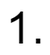
Earlier version of the draw.io export MBS SK Carta Alir.drawio.png (KhawZhenXuan/MBS-ASK). Source tidied: cells renumbered, new cells last; positions are measured from the earlier drawing's top-left corner, leaving out a move shared by most shapes.
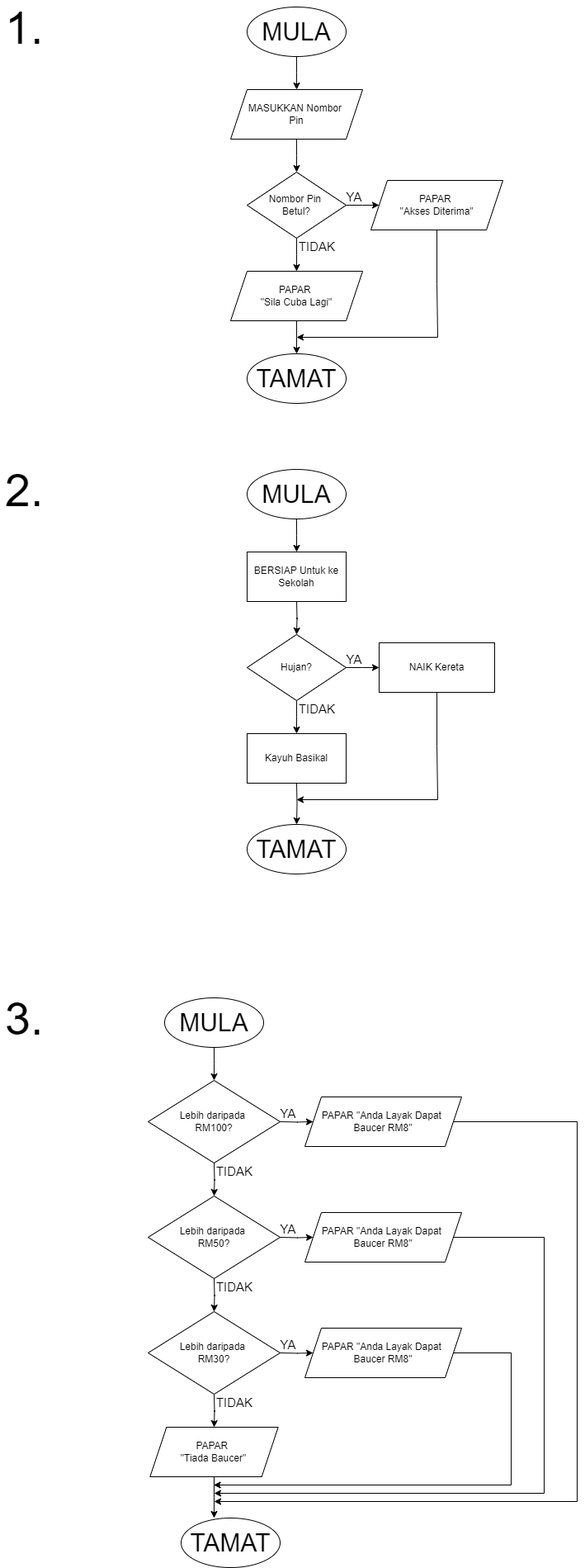
Later version of the same file.

Diff of the diagram source:
```diff
@@ -5,5 +5,248 @@
     <mxCell id="2" value="1." style="text;html=1;align=center;verticalAlign=middle;whiteSpace=wrap;rounded=0;fontSize=56;" parent="1" vertex="1">
       <mxGeometry width="60" height="50" as="geometry" />
     </mxCell>
+    <mxCell id="3" style="edgeStyle=orthogonalEdgeStyle;rounded=0;jettySize=auto;html=1;" parent="1" edge="1" source="4">
+      <mxGeometry relative="1" as="geometry">
+        <mxPoint x="360" y="100" as="targetPoint" />
+      </mxGeometry>
+    </mxCell>
+    <mxCell id="4" value="MULA" style="ellipse;whiteSpace=wrap;html=1;fontSize=30;" parent="1" vertex="1">
+      <mxGeometry x="300" width="120" height="60" as="geometry" />
+    </mxCell>
+    <mxCell id="5" style="edgeStyle=orthogonalEdgeStyle;rounded=0;jettySize=auto;html=1;" parent="1" edge="1" source="6">
+      <mxGeometry relative="1" as="geometry">
+        <mxPoint x="360" y="200" as="targetPoint" />
+      </mxGeometry>
+    </mxCell>
+    <mxCell id="6" value="MASUKKAN Nombor&amp;nbsp;&lt;div&gt;Pin&lt;/div&gt;" style="shape=parallelogram;perimeter=parallelogramPerimeter;whiteSpace=wrap;html=1;fixedSize=1;" parent="1" vertex="1">
+      <mxGeometry x="280" y="100" width="160" height="60" as="geometry" />
+    </mxCell>
+    <mxCell id="7" style="edgeStyle=orthogonalEdgeStyle;rounded=0;jettySize=auto;html=1;" parent="1" edge="1" source="9">
+      <mxGeometry relative="1" as="geometry">
+        <mxPoint x="460" y="240" as="targetPoint" />
+      </mxGeometry>
+    </mxCell>
+    <mxCell id="8" style="edgeStyle=orthogonalEdgeStyle;rounded=0;jettySize=auto;html=1;" parent="1" edge="1" source="9">
+      <mxGeometry relative="1" as="geometry">
+        <mxPoint x="360" y="320" as="targetPoint" />
+      </mxGeometry>
+    </mxCell>
+    <mxCell id="9" value="Nombor Pin&amp;nbsp;&lt;div&gt;Betul?&lt;/div&gt;" style="rhombus;whiteSpace=wrap;html=1;" parent="1" vertex="1">
+      <mxGeometry x="300" y="200" width="120" height="80" as="geometry" />
+    </mxCell>
+    <mxCell id="10" value="YA" style="text;html=1;align=center;verticalAlign=middle;whiteSpace=wrap;rounded=0;fontSize=15;" parent="1" vertex="1">
+      <mxGeometry x="400" y="220" width="60" height="20" as="geometry" />
+    </mxCell>
+    <mxCell id="11" value="TIDAK" style="text;html=1;align=center;verticalAlign=middle;whiteSpace=wrap;rounded=0;fontSize=15;" parent="1" vertex="1">
+      <mxGeometry x="360" y="280" width="50" height="20" as="geometry" />
+    </mxCell>
+    <mxCell id="12" style="edgeStyle=orthogonalEdgeStyle;rounded=0;jettySize=auto;html=1;" parent="1" edge="1" source="13">
+      <mxGeometry relative="1" as="geometry">
+        <mxPoint x="360" y="400" as="targetPoint" />
+        <Array as="points">
+          <mxPoint x="530" y="335" />
+          <mxPoint x="531" y="335" />
+          <mxPoint x="531" y="400" />
+        </Array>
+      </mxGeometry>
+    </mxCell>
+    <mxCell id="13" value="PAPAR&amp;nbsp;&lt;div&gt;&quot;Akses Diterima&quot;&lt;/div&gt;" style="shape=parallelogram;perimeter=parallelogramPerimeter;whiteSpace=wrap;html=1;fixedSize=1;" parent="1" vertex="1">
+      <mxGeometry x="450" y="210" width="160" height="60" as="geometry" />
+    </mxCell>
+    <mxCell id="14" style="edgeStyle=orthogonalEdgeStyle;rounded=0;jettySize=auto;html=1;" parent="1" edge="1" source="15">
+      <mxGeometry relative="1" as="geometry">
+        <mxPoint x="360" y="420" as="targetPoint" />
+      </mxGeometry>
+    </mxCell>
+    <mxCell id="15" value="PAPAR&amp;nbsp;&lt;div&gt;&quot;Sila Cuba Lagi&quot;&lt;/div&gt;" style="shape=parallelogram;perimeter=parallelogramPerimeter;whiteSpace=wrap;html=1;fixedSize=1;" parent="1" vertex="1">
+      <mxGeometry x="280" y="320" width="160" height="60" as="geometry" />
+    </mxCell>
+    <mxCell id="16" value="TAMAT" style="ellipse;whiteSpace=wrap;html=1;fontSize=30;" parent="1" vertex="1">
+      <mxGeometry x="300" y="420" width="120" height="60" as="geometry" />
+    </mxCell>
+    <mxCell id="17" value="2." style="text;html=1;align=center;verticalAlign=middle;whiteSpace=wrap;rounded=0;fontSize=56;" parent="1" vertex="1">
+      <mxGeometry y="560" width="60" height="50" as="geometry" />
+    </mxCell>
+    <mxCell id="18" style="edgeStyle=orthogonalEdgeStyle;rounded=0;jettySize=auto;html=1;" parent="1" edge="1" source="19">
+      <mxGeometry relative="1" as="geometry">
+        <mxPoint x="360" y="660" as="targetPoint" />
+      </mxGeometry>
+    </mxCell>
+    <mxCell id="19" value="MULA" style="ellipse;whiteSpace=wrap;html=1;fontSize=30;" parent="1" vertex="1">
+      <mxGeometry x="300" y="560" width="120" height="60" as="geometry" />
+    </mxCell>
+    <mxCell id="20" style="edgeStyle=orthogonalEdgeStyle;rounded=0;orthogonalLoop=1;jettySize=auto;html=1;" parent="1" edge="1">
+      <mxGeometry relative="1" as="geometry">
+        <mxPoint x="360" y="720" as="sourcePoint" />
+        <mxPoint x="360" y="760" as="targetPoint" />
+      </mxGeometry>
+    </mxCell>
+    <mxCell id="21" style="edgeStyle=orthogonalEdgeStyle;rounded=0;jettySize=auto;html=1;" parent="1" edge="1" source="23">
+      <mxGeometry relative="1" as="geometry">
+        <mxPoint x="460" y="800" as="targetPoint" />
+      </mxGeometry>
+    </mxCell>
+    <mxCell id="22" style="edgeStyle=orthogonalEdgeStyle;rounded=0;jettySize=auto;html=1;" parent="1" edge="1" source="23">
+      <mxGeometry relative="1" as="geometry">
+        <mxPoint x="360" y="880" as="targetPoint" />
+      </mxGeometry>
+    </mxCell>
+    <mxCell id="23" value="Hujan?" style="rhombus;whiteSpace=wrap;html=1;" parent="1" vertex="1">
+      <mxGeometry x="300" y="760" width="120" height="80" as="geometry" />
+    </mxCell>
+    <mxCell id="24" value="YA" style="text;html=1;align=center;verticalAlign=middle;whiteSpace=wrap;rounded=0;fontSize=15;" parent="1" vertex="1">
+      <mxGeometry x="400" y="780" width="60" height="20" as="geometry" />
+    </mxCell>
+    <mxCell id="25" value="TIDAK" style="text;html=1;align=center;verticalAlign=middle;whiteSpace=wrap;rounded=0;fontSize=15;" parent="1" vertex="1">
+      <mxGeometry x="360" y="840" width="50" height="20" as="geometry" />
+    </mxCell>
+    <mxCell id="26" style="edgeStyle=orthogonalEdgeStyle;rounded=0;orthogonalLoop=1;jettySize=auto;html=1;" parent="1" edge="1">
+      <mxGeometry relative="1" as="geometry">
+        <mxPoint x="530" y="830" as="sourcePoint" />
+        <mxPoint x="360" y="960" as="targetPoint" />
+        <Array as="points">
+          <mxPoint x="530" y="895" />
+          <mxPoint x="531" y="895" />
+          <mxPoint x="531" y="960" />
+        </Array>
+      </mxGeometry>
+    </mxCell>
+    <mxCell id="27" style="edgeStyle=orthogonalEdgeStyle;rounded=0;jettySize=auto;html=1;entryX=0.5;entryY=0;entryDx=0;entryDy=0;" parent="1" edge="1" target="28">
+      <mxGeometry relative="1" as="geometry">
+        <mxPoint x="360" y="940" as="sourcePoint" />
+      </mxGeometry>
+    </mxCell>
+    <mxCell id="28" value="TAMAT" style="ellipse;whiteSpace=wrap;html=1;fontSize=30;" parent="1" vertex="1">
+      <mxGeometry x="300" y="990" width="120" height="60" as="geometry" />
+    </mxCell>
+    <mxCell id="29" value="BERSIAP Untuk ke Sekolah" style="rounded=0;whiteSpace=wrap;html=1;" parent="1" vertex="1">
+      <mxGeometry x="300" y="660" width="120" height="60" as="geometry" />
+    </mxCell>
+    <mxCell id="30" value="NAIK Kereta" style="rounded=0;whiteSpace=wrap;html=1;" parent="1" vertex="1">
+      <mxGeometry x="460" y="770" width="140" height="60" as="geometry" />
+    </mxCell>
+    <mxCell id="31" value="Kayuh Basikal" style="rounded=0;whiteSpace=wrap;html=1;" parent="1" vertex="1">
+      <mxGeometry x="300" y="880" width="120" height="60" as="geometry" />
+    </mxCell>
+    <mxCell id="32" value="3." style="text;html=1;align=center;verticalAlign=middle;whiteSpace=wrap;rounded=0;fontSize=56;" parent="1" vertex="1">
+      <mxGeometry y="1200" width="60" height="50" as="geometry" />
+    </mxCell>
+    <mxCell id="33" style="edgeStyle=orthogonalEdgeStyle;rounded=0;jettySize=auto;html=1;" parent="1" edge="1" source="34">
+      <mxGeometry relative="1" as="geometry">
+        <mxPoint x="260" y="1300" as="targetPoint" />
+      </mxGeometry>
+    </mxCell>
+    <mxCell id="34" value="MULA" style="ellipse;whiteSpace=wrap;html=1;fontSize=30;" parent="1" vertex="1">
+      <mxGeometry x="200" y="1200" width="120" height="60" as="geometry" />
+    </mxCell>
+    <mxCell id="35" style="edgeStyle=orthogonalEdgeStyle;rounded=0;orthogonalLoop=1;jettySize=auto;html=1;" parent="1" edge="1">
+      <mxGeometry relative="1" as="geometry">
+        <mxPoint x="260" y="1680" as="sourcePoint" />
+        <mxPoint x="260" y="1720" as="targetPoint" />
+      </mxGeometry>
+    </mxCell>
+    <mxCell id="36" value="TIDAK" style="text;html=1;align=center;verticalAlign=middle;whiteSpace=wrap;rounded=0;fontSize=15;" parent="1" vertex="1">
+      <mxGeometry x="260" y="1680" width="50" height="20" as="geometry" />
+    </mxCell>
+    <mxCell id="37" value="TAMAT" style="ellipse;whiteSpace=wrap;html=1;fontSize=30;" parent="1" vertex="1">
+      <mxGeometry x="220" y="1830" width="120" height="60" as="geometry" />
+    </mxCell>
+    <mxCell id="38" value="Lebih daripada&amp;nbsp;&lt;div&gt;RM100?&lt;/div&gt;" style="rhombus;whiteSpace=wrap;html=1;" parent="1" vertex="1">
+      <mxGeometry x="180" y="1300" width="160" height="100" as="geometry" />
+    </mxCell>
+    <mxCell id="39" value="Lebih daripada&amp;nbsp;&lt;div&gt;RM50?&lt;/div&gt;" style="rhombus;whiteSpace=wrap;html=1;" parent="1" vertex="1">
+      <mxGeometry x="180" y="1440" width="160" height="100" as="geometry" />
+    </mxCell>
+    <mxCell id="40" value="Lebih daripada&amp;nbsp;&lt;div&gt;RM30?&lt;/div&gt;" style="rhombus;whiteSpace=wrap;html=1;" parent="1" vertex="1">
+      <mxGeometry x="180" y="1580" width="160" height="100" as="geometry" />
+    </mxCell>
+    <mxCell id="41" style="edgeStyle=orthogonalEdgeStyle;rounded=0;orthogonalLoop=1;jettySize=auto;html=1;" parent="1" edge="1">
+      <mxGeometry relative="1" as="geometry">
+        <mxPoint x="260" y="1540" as="sourcePoint" />
+        <mxPoint x="260" y="1580" as="targetPoint" />
+      </mxGeometry>
+    </mxCell>
+    <mxCell id="42" value="TIDAK" style="text;html=1;align=center;verticalAlign=middle;whiteSpace=wrap;rounded=0;fontSize=15;" parent="1" vertex="1">
+      <mxGeometry x="260" y="1540" width="50" height="20" as="geometry" />
+    </mxCell>
+    <mxCell id="43" style="edgeStyle=orthogonalEdgeStyle;rounded=0;orthogonalLoop=1;jettySize=auto;html=1;" parent="1" edge="1">
+      <mxGeometry relative="1" as="geometry">
+        <mxPoint x="260" y="1400" as="sourcePoint" />
+        <mxPoint x="260" y="1440" as="targetPoint" />
+      </mxGeometry>
+    </mxCell>
+    <mxCell id="44" value="TIDAK" style="text;html=1;align=center;verticalAlign=middle;whiteSpace=wrap;rounded=0;fontSize=15;" parent="1" vertex="1">
+      <mxGeometry x="260" y="1400" width="50" height="20" as="geometry" />
+    </mxCell>
+    <mxCell id="45" style="edgeStyle=orthogonalEdgeStyle;rounded=0;orthogonalLoop=1;jettySize=auto;html=1;" parent="1" edge="1">
+      <mxGeometry relative="1" as="geometry">
+        <mxPoint x="340" y="1350" as="sourcePoint" />
+        <mxPoint x="380" y="1350" as="targetPoint" />
+      </mxGeometry>
+    </mxCell>
+    <mxCell id="46" value="YA" style="text;html=1;align=center;verticalAlign=middle;whiteSpace=wrap;rounded=0;fontSize=15;" parent="1" vertex="1">
+      <mxGeometry x="320" y="1330" width="60" height="20" as="geometry" />
+    </mxCell>
+    <mxCell id="47" style="edgeStyle=orthogonalEdgeStyle;rounded=0;orthogonalLoop=1;jettySize=auto;html=1;" parent="1" edge="1">
+      <mxGeometry relative="1" as="geometry">
+        <mxPoint x="340" y="1630" as="sourcePoint" />
+        <mxPoint x="380" y="1630" as="targetPoint" />
+      </mxGeometry>
+    </mxCell>
+    <mxCell id="48" value="YA" style="text;html=1;align=center;verticalAlign=middle;whiteSpace=wrap;rounded=0;fontSize=15;" parent="1" vertex="1">
+      <mxGeometry x="320" y="1610" width="60" height="20" as="geometry" />
+    </mxCell>
+    <mxCell id="49" style="edgeStyle=orthogonalEdgeStyle;rounded=0;orthogonalLoop=1;jettySize=auto;html=1;" parent="1" edge="1">
+      <mxGeometry relative="1" as="geometry">
+        <mxPoint x="340" y="1490" as="sourcePoint" />
+        <mxPoint x="380" y="1490" as="targetPoint" />
+      </mxGeometry>
+    </mxCell>
+    <mxCell id="50" value="YA" style="text;html=1;align=center;verticalAlign=middle;whiteSpace=wrap;rounded=0;fontSize=15;" parent="1" vertex="1">
+      <mxGeometry x="320" y="1470" width="60" height="20" as="geometry" />
+    </mxCell>
+    <mxCell id="51" style="edgeStyle=orthogonalEdgeStyle;rounded=0;jettySize=auto;html=1;" parent="1" edge="1" source="52">
+      <mxGeometry relative="1" as="geometry">
+        <mxPoint x="260" y="1830" as="targetPoint" />
+      </mxGeometry>
+    </mxCell>
+    <mxCell id="52" value="PAPAR&amp;nbsp;&lt;div&gt;&quot;Tiada Baucer&quot;&lt;/div&gt;" style="shape=parallelogram;perimeter=parallelogramPerimeter;whiteSpace=wrap;html=1;fixedSize=1;" parent="1" vertex="1">
+      <mxGeometry x="182.3" y="1720" width="155.3" height="60" as="geometry" />
+    </mxCell>
+    <mxCell id="53" style="edgeStyle=orthogonalEdgeStyle;rounded=0;jettySize=auto;html=1;" parent="1" edge="1" source="54">
+      <mxGeometry relative="1" as="geometry">
+        <mxPoint x="260" y="1810" as="targetPoint" />
+        <Array as="points">
+          <mxPoint x="700" y="1350" />
+        </Array>
+      </mxGeometry>
+    </mxCell>
+    <mxCell id="54" value="PAPAR &quot;Anda Layak Dapat&amp;nbsp;&lt;div&gt;Baucer RM8&quot;&lt;/div&gt;" style="shape=parallelogram;perimeter=parallelogramPerimeter;whiteSpace=wrap;html=1;fixedSize=1;" parent="1" vertex="1">
+      <mxGeometry x="370" y="1320" width="190" height="60" as="geometry" />
+    </mxCell>
+    <mxCell id="55" style="edgeStyle=orthogonalEdgeStyle;rounded=0;jettySize=auto;html=1;" parent="1" edge="1" source="56">
+      <mxGeometry relative="1" as="geometry">
+        <mxPoint x="259.5" y="1790" as="targetPoint" />
+        <Array as="points">
+          <mxPoint x="620" y="1630" />
+          <mxPoint x="620" y="1790" />
+        </Array>
+      </mxGeometry>
+    </mxCell>
+    <mxCell id="56" value="PAPAR &quot;Anda Layak Dapat&amp;nbsp;&lt;div&gt;Baucer RM8&quot;&lt;/div&gt;" style="shape=parallelogram;perimeter=parallelogramPerimeter;whiteSpace=wrap;html=1;fixedSize=1;" parent="1" vertex="1">
+      <mxGeometry x="370" y="1600" width="190" height="60" as="geometry" />
+    </mxCell>
+    <mxCell id="57" style="edgeStyle=orthogonalEdgeStyle;rounded=0;jettySize=auto;html=1;" parent="1" edge="1" source="58">
+      <mxGeometry relative="1" as="geometry">
+        <mxPoint x="260" y="1800" as="targetPoint" />
+        <Array as="points">
+          <mxPoint x="660" y="1490" />
+          <mxPoint x="660" y="1800" />
+        </Array>
+      </mxGeometry>
+    </mxCell>
+    <mxCell id="58" value="PAPAR &quot;Anda Layak Dapat&amp;nbsp;&lt;div&gt;Baucer RM8&quot;&lt;/div&gt;" style="shape=parallelogram;perimeter=parallelogramPerimeter;whiteSpace=wrap;html=1;fixedSize=1;" parent="1" vertex="1">
+      <mxGeometry x="370" y="1460" width="190" height="60" as="geometry" />
+    </mxCell>
   </root>
 </mxGraphModel>
```
